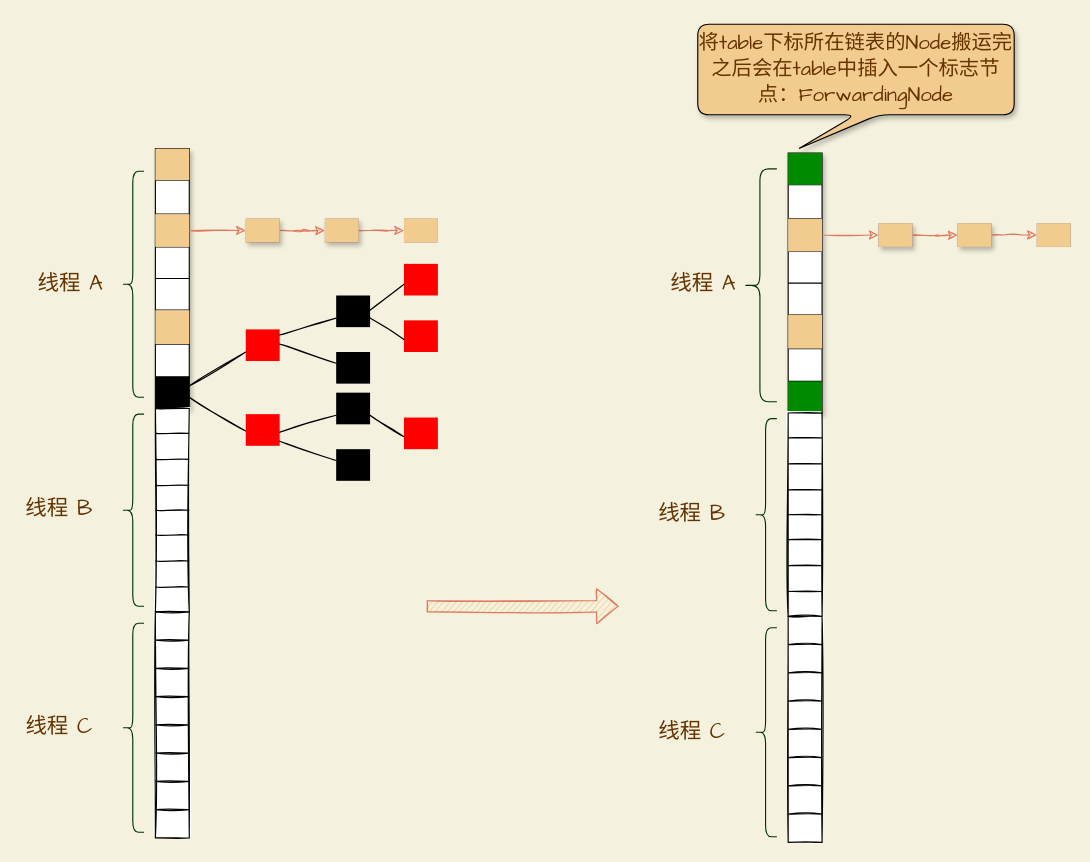
Before: thread/扩容.drawio in mydlxy/draw, a draw.io diagram. Source tidied: cells renumbered, new cells numbered last; positions are measured from the earlier drawing's top-left corner, leaving out a move shared by most shapes. Both pictures are drawn from the tidied source at 113%, with x=0, y=0 at pixel (19, 24).
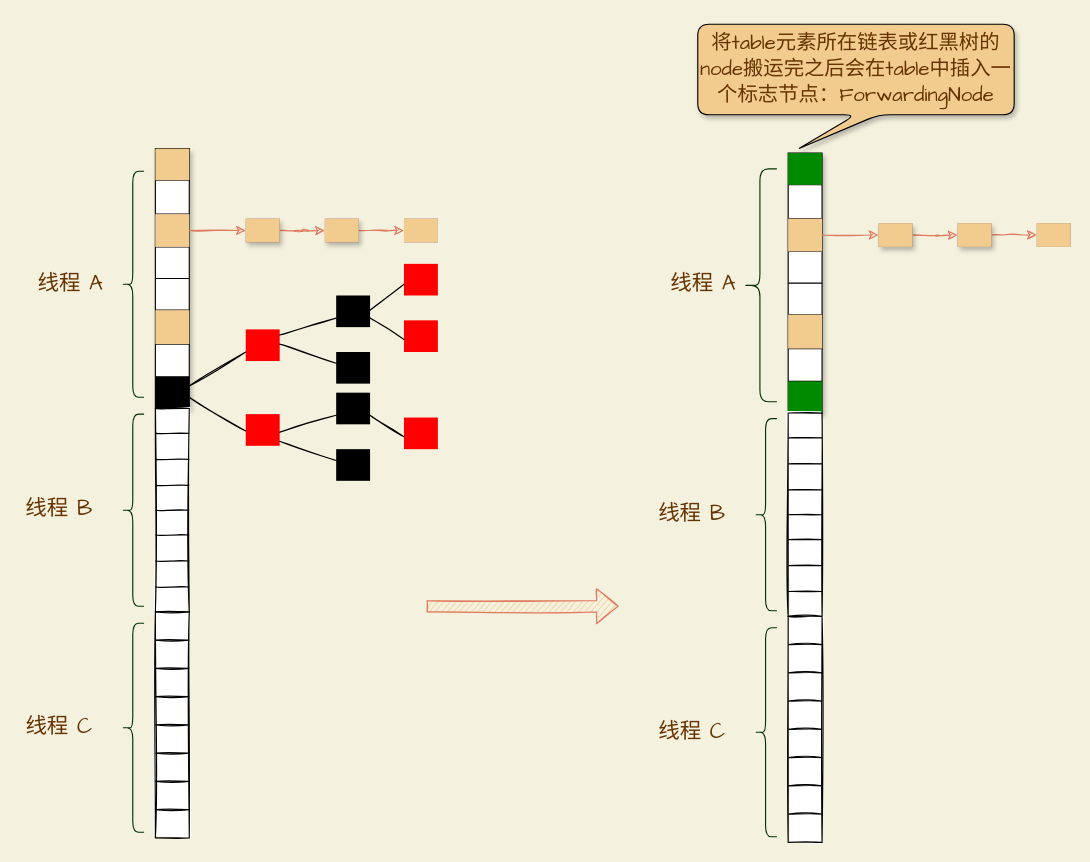
The same page after the edit.

The edit, as a diff of the source:
```diff
@@
-    <mxCell id="155" value="&lt;font style=&quot;font-size: 18px;&quot;&gt;将table下标所在链表的Node搬运完之后会在table中插入一个标志节点：ForwardingNode&lt;/font&gt;" style="shape=callout;whiteSpace=wrap;html=1;perimeter=calloutPerimeter;rounded=1;shadow=1;sketch=0;fontFamily=Comic Sans MS;fontSize=19;fontColor=#663300;strokeColor=#000000;fillColor=#F2CC8F;position2=0.32;" parent="1" vertex="1">
+    <mxCell id="155" value="&lt;font style=&quot;font-size: 18px;&quot;&gt;将table元素所在链表或红黑树的node搬运完之后会在table中插入一个标志节点：ForwardingNode&lt;/font&gt;" style="shape=callout;whiteSpace=wrap;html=1;perimeter=calloutPerimeter;rounded=1;shadow=1;sketch=0;fontFamily=Comic Sans MS;fontSize=19;fontColor=#663300;strokeColor=#000000;fillColor=#F2CC8F;position2=0.32;" parent="1" vertex="1">
       <mxGeometry x="600" width="280" height="110" as="geometry" />
     </mxCell>
```
